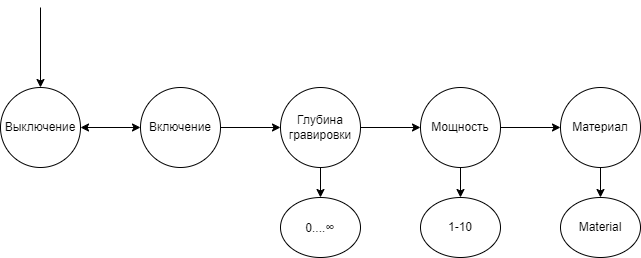
Before: 5 лаба.png, a diagram exported from draw.io (RomChimit/LR5). Source tidied: cells renumbered, new cells last; positions are measured from the earlier drawing's top-left corner, leaving out a move shared by most shapes.
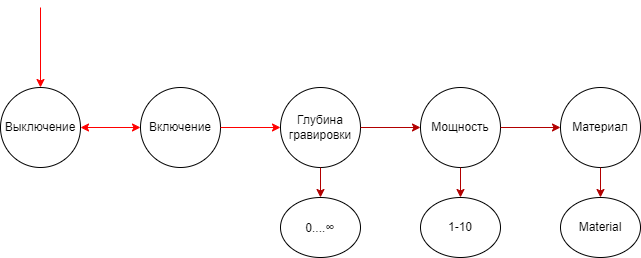
Later version of the same file.

Change to the diagram source:
```diff
@@ -26,30 +26,30 @@
     <mxCell id="9" value="0....&lt;strong style=&quot;color: rgb(51, 51, 51); font-family: &amp;quot;YS Text&amp;quot;, -apple-system, BlinkMacSystemFont, Arial, Helvetica, sans-serif; font-size: 13px; text-align: start; background-color: rgb(255, 255, 255);&quot; class=&quot;RichFactdown-StrongEmphasis&quot;&gt;∞&lt;/strong&gt;" style="ellipse;whiteSpace=wrap;html=1;" parent="1" vertex="1">
       <mxGeometry x="280" y="190" width="80" height="60" as="geometry" />
     </mxCell>
-    <mxCell id="10" style="endArrow=classic;html=1;rounded=0;exitX=0.5;exitY=1;exitDx=0;exitDy=0;entryX=0.5;entryY=0;entryDx=0;entryDy=0;" parent="1" edge="1" source="3" target="9">
+    <mxCell id="10" style="endArrow=classic;html=1;rounded=0;exitX=0.5;exitY=1;exitDx=0;exitDy=0;entryX=0.5;entryY=0;entryDx=0;entryDy=0;fillColor=#e51400;strokeColor=#B20000;" parent="1" edge="1" source="3" target="9">
       <mxGeometry relative="1" as="geometry" />
     </mxCell>
-    <mxCell id="11" style="endArrow=classic;html=1;rounded=0;exitX=0.5;exitY=1;exitDx=0;exitDy=0;entryX=0.5;entryY=0;entryDx=0;entryDy=0;" parent="1" edge="1" source="6" target="7">
+    <mxCell id="11" style="endArrow=classic;html=1;rounded=0;exitX=0.5;exitY=1;exitDx=0;exitDy=0;entryX=0.5;entryY=0;entryDx=0;entryDy=0;fillColor=#e51400;strokeColor=#B20000;" parent="1" edge="1" source="6" target="7">
       <mxGeometry relative="1" as="geometry" />
     </mxCell>
-    <mxCell id="12" style="endArrow=classic;html=1;rounded=0;exitX=0.5;exitY=1;exitDx=0;exitDy=0;entryX=0.5;entryY=0;entryDx=0;entryDy=0;" parent="1" edge="1" source="5" target="8">
+    <mxCell id="12" style="endArrow=classic;html=1;rounded=0;exitX=0.5;exitY=1;exitDx=0;exitDy=0;entryX=0.5;entryY=0;entryDx=0;entryDy=0;fillColor=#e51400;strokeColor=#B20000;" parent="1" edge="1" source="5" target="8">
       <mxGeometry relative="1" as="geometry" />
     </mxCell>
-    <mxCell id="13" style="endArrow=classic;html=1;rounded=0;exitX=1;exitY=0.5;exitDx=0;exitDy=0;entryX=0;entryY=0.5;entryDx=0;entryDy=0;" parent="1" edge="1" source="4" target="3">
+    <mxCell id="13" style="endArrow=classic;html=1;rounded=0;exitX=1;exitY=0.5;exitDx=0;exitDy=0;entryX=0;entryY=0.5;entryDx=0;entryDy=0;fillColor=#f8cecc;strokeColor=#FF0000;" parent="1" edge="1" source="4" target="3">
       <mxGeometry relative="1" as="geometry" />
     </mxCell>
-    <mxCell id="14" style="endArrow=classic;html=1;rounded=0;exitX=1;exitY=0.5;exitDx=0;exitDy=0;entryX=0;entryY=0.5;entryDx=0;entryDy=0;" parent="1" edge="1" source="3" target="6">
+    <mxCell id="14" style="endArrow=classic;html=1;rounded=0;exitX=1;exitY=0.5;exitDx=0;exitDy=0;entryX=0;entryY=0.5;entryDx=0;entryDy=0;fillColor=#e51400;strokeColor=#B20000;" parent="1" edge="1" source="3" target="6">
       <mxGeometry relative="1" as="geometry" />
     </mxCell>
-    <mxCell id="15" style="endArrow=classic;html=1;rounded=0;exitX=1;exitY=0.5;exitDx=0;exitDy=0;entryX=0;entryY=0.5;entryDx=0;entryDy=0;" parent="1" edge="1" source="6" target="5">
+    <mxCell id="15" style="endArrow=classic;html=1;rounded=0;exitX=1;exitY=0.5;exitDx=0;exitDy=0;entryX=0;entryY=0.5;entryDx=0;entryDy=0;fillColor=#e51400;strokeColor=#B20000;" parent="1" edge="1" source="6" target="5">
       <mxGeometry relative="1" as="geometry" />
     </mxCell>
-    <mxCell id="16" style="endArrow=classic;startArrow=classic;html=1;rounded=0;exitX=1;exitY=0.5;exitDx=0;exitDy=0;" parent="1" edge="1" source="2">
+    <mxCell id="16" style="endArrow=classic;startArrow=classic;html=1;rounded=0;exitX=1;exitY=0.5;exitDx=0;exitDy=0;strokeColor=#FF0000;" parent="1" edge="1" source="2">
       <mxGeometry relative="1" as="geometry">
         <mxPoint x="140" y="120" as="targetPoint" />
       </mxGeometry>
     </mxCell>
-    <mxCell id="17" style="endArrow=classic;html=1;rounded=0;entryX=0.5;entryY=0;entryDx=0;entryDy=0;" parent="1" edge="1" target="2">
+    <mxCell id="17" style="endArrow=classic;html=1;rounded=0;entryX=0.5;entryY=0;entryDx=0;entryDy=0;strokeColor=#FF0000;" parent="1" edge="1" target="2">
       <mxGeometry relative="1" as="geometry">
         <mxPoint x="40" as="sourcePoint" />
       </mxGeometry>
```
